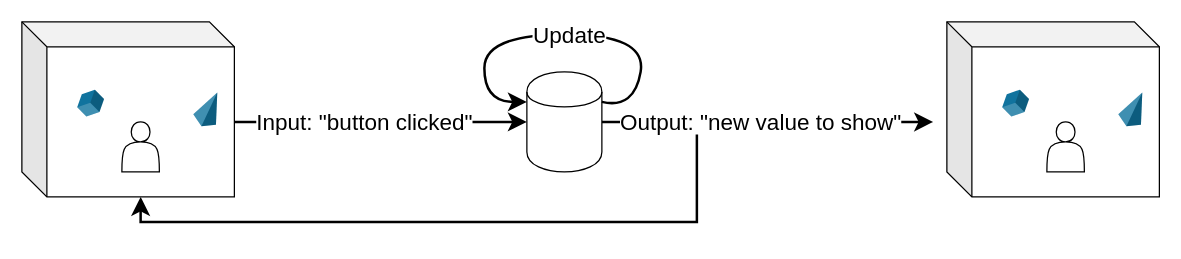
Before: page "Page-4" (4 of 5) of drawio/Tesi.drawio in FilippoGurioli/Tesi, a draw.io diagram. Source tidied: cells renumbered, new cells numbered last; positions are measured from the earlier drawing's top-left corner, leaving out a move shared by most shapes. Both pictures are drawn from the tidied source at 125%, with x=0, y=0 at pixel (21, 21).
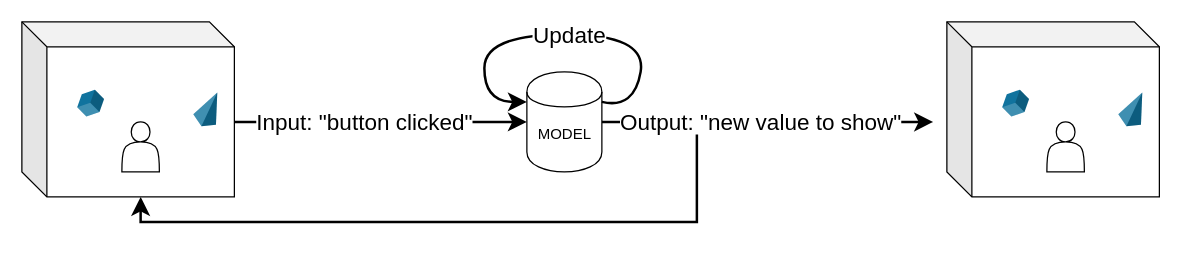
The same page after the edit.

The edit, as a diff of the source:
```diff
@@
+    <mxCell id="18" value="MODEL" style="text;html=1;align=center;verticalAlign=middle;strokeColor=none;fillColor=none;" parent="1" vertex="1">
+      <mxGeometry x="399" y="75" width="70" height="30" as="geometry" />
+    </mxCell>
```
